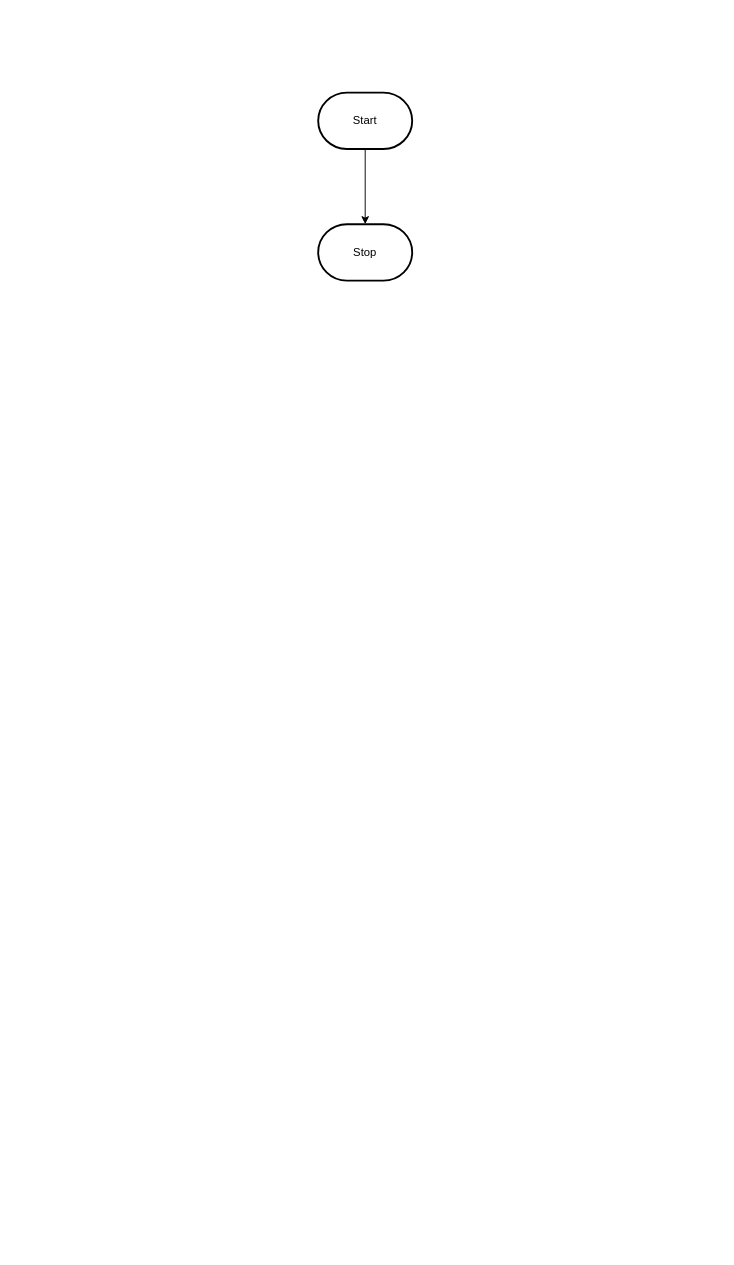
Before: design/flowchart.drawio in MTHS-ICD2O-1-2024/ICD2O-Final-Project-kyle.matthew.magnaye, a draw.io diagram. Source tidied: cells renumbered, new cells numbered last; positions are measured from the earlier drawing's top-left corner, leaving out a move shared by most shapes. Both pictures are drawn from the tidied source at 94%, with x=0, y=0 at pixel (318, 92).
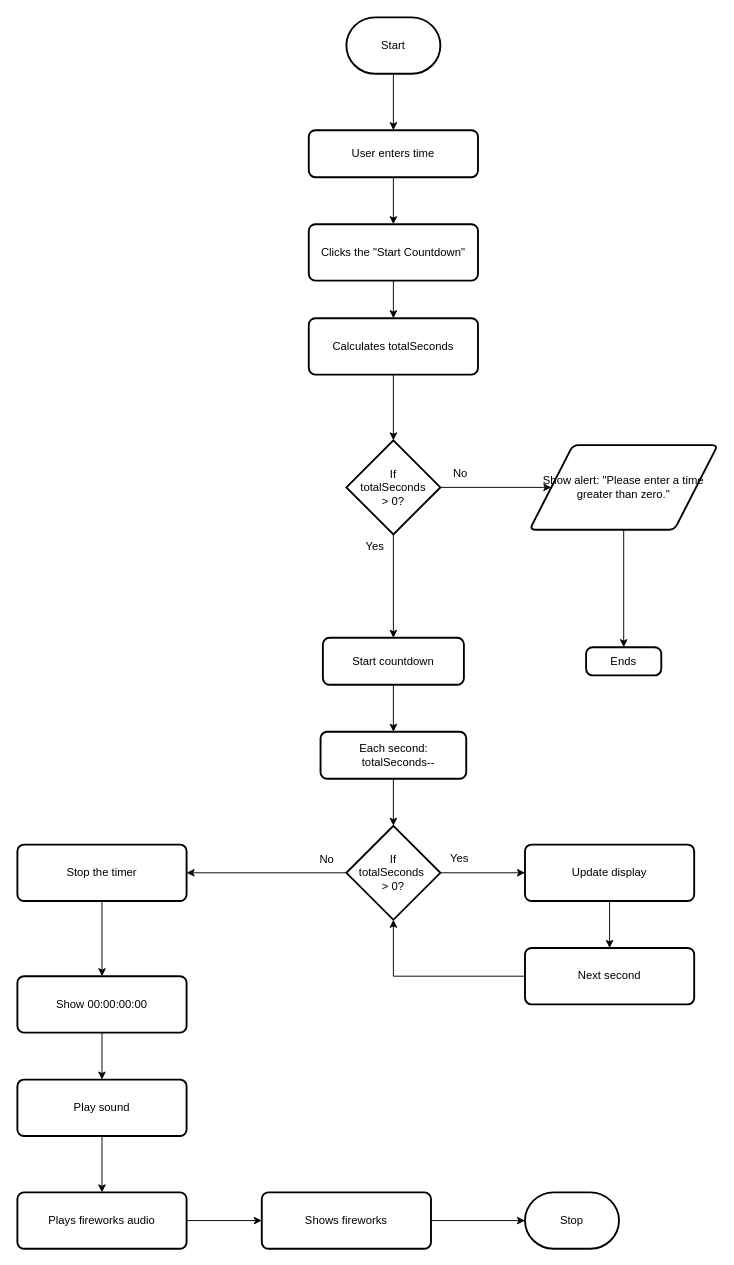
Above is the later version.

Diff of the diagram source:
```diff
@@
-    <mxCell id="2" style="edgeStyle=orthogonalEdgeStyle;html=1;rounded=0;" parent="1" edge="1" source="3" target="4">
-      <mxGeometry relative="1" as="geometry" />
-    </mxCell>
+    <mxCell id="5" style="edgeStyle=none;html=1;entryX=0.5;entryY=0;entryDx=0;entryDy=0;" parent="1" edge="1" source="3" target="19">
+      <mxGeometry relative="1" as="geometry" />
+    </mxCell>
     <mxCell id="3" value="Start" style="strokeWidth=2;html=1;shape=mxgraph.flowchart.terminator;whiteSpace=wrap;" parent="1" vertex="1">
-      <mxGeometry width="100" height="60" as="geometry" />
+      <mxGeometry x="30" y="-80" width="100" height="60" as="geometry" />
     </mxCell>
     <mxCell id="4" value="Stop" style="strokeWidth=2;html=1;shape=mxgraph.flowchart.terminator;whiteSpace=wrap;" parent="1" vertex="1">
-      <mxGeometry y="140" width="100" height="60" as="geometry" />
+      <mxGeometry x="220" y="1170" width="100" height="60" as="geometry" />
     </mxCell>
+    <mxCell id="6" style="edgeStyle=none;html=1;entryX=0.5;entryY=0;entryDx=0;entryDy=0;" parent="1" edge="1" source="2" target="34">
+      <mxGeometry relative="1" as="geometry" />
+    </mxCell>
+    <mxCell id="2" value="Stop the timer" style="rounded=1;whiteSpace=wrap;html=1;absoluteArcSize=1;arcSize=14;strokeWidth=2;" parent="1" vertex="1">
+      <mxGeometry x="-320" y="800" width="180" height="60" as="geometry" />
+    </mxCell>
+    <mxCell id="7" style="edgeStyle=orthogonalEdgeStyle;html=1;rounded=0;curved=0;entryX=0.5;entryY=1;entryDx=0;entryDy=0;entryPerimeter=0;" parent="1" edge="1" source="8" target="22">
+      <mxGeometry relative="1" as="geometry" />
+    </mxCell>
+    <mxCell id="8" value="Next second" style="rounded=1;whiteSpace=wrap;html=1;absoluteArcSize=1;arcSize=14;strokeWidth=2;" parent="1" vertex="1">
+      <mxGeometry x="220" y="910" width="180" height="60" as="geometry" />
+    </mxCell>
+    <mxCell id="9" style="edgeStyle=none;html=1;entryX=0.5;entryY=0;entryDx=0;entryDy=0;" parent="1" edge="1" source="10" target="8">
+      <mxGeometry relative="1" as="geometry" />
+    </mxCell>
+    <mxCell id="10" value="Update display" style="rounded=1;whiteSpace=wrap;html=1;absoluteArcSize=1;arcSize=14;strokeWidth=2;" parent="1" vertex="1">
+      <mxGeometry x="220" y="800" width="180" height="60" as="geometry" />
+    </mxCell>
+    <mxCell id="11" value="&lt;div&gt;&lt;font style=&quot;color: rgb(0, 0, 0);&quot;&gt;Each second:&lt;/font&gt;&lt;/div&gt;&lt;div&gt;&lt;font style=&quot;color: rgb(0, 0, 0);&quot;&gt;&amp;nbsp; &amp;nbsp;totalSeconds--&lt;/font&gt;&lt;/div&gt;" style="rounded=1;whiteSpace=wrap;html=1;absoluteArcSize=1;arcSize=14;strokeWidth=2;" parent="1" vertex="1">
+      <mxGeometry x="2.5" y="680" width="155" height="50" as="geometry" />
+    </mxCell>
+    <mxCell id="12" style="edgeStyle=none;html=1;entryX=0.5;entryY=0;entryDx=0;entryDy=0;" parent="1" edge="1">
+      <mxGeometry relative="1" as="geometry">
+        <mxPoint x="80" y="630" as="sourcePoint" />
+        <mxPoint x="80" y="680" as="targetPoint" />
+      </mxGeometry>
+    </mxCell>
+    <mxCell id="13" value="Start countdown" style="rounded=1;whiteSpace=wrap;html=1;absoluteArcSize=1;arcSize=14;strokeWidth=2;" parent="1" vertex="1">
+      <mxGeometry x="5" y="580" width="150" height="50" as="geometry" />
+    </mxCell>
+    <mxCell id="14" value="Ends" style="rounded=1;whiteSpace=wrap;html=1;absoluteArcSize=1;arcSize=14;strokeWidth=2;" parent="1" vertex="1">
+      <mxGeometry x="285" y="590" width="80" height="30" as="geometry" />
+    </mxCell>
+    <mxCell id="15" value="Calculates totalSeconds" style="rounded=1;whiteSpace=wrap;html=1;absoluteArcSize=1;arcSize=14;strokeWidth=2;" parent="1" vertex="1">
+      <mxGeometry x="-10" y="240" width="180" height="60" as="geometry" />
+    </mxCell>
+    <mxCell id="16" style="edgeStyle=none;html=1;entryX=0.5;entryY=0;entryDx=0;entryDy=0;" parent="1" edge="1" source="17" target="15">
+      <mxGeometry relative="1" as="geometry" />
+    </mxCell>
+    <mxCell id="17" value="Clicks the &quot;Start Countdown&quot;" style="rounded=1;whiteSpace=wrap;html=1;absoluteArcSize=1;arcSize=14;strokeWidth=2;" parent="1" vertex="1">
+      <mxGeometry x="-10" y="140" width="180" height="60" as="geometry" />
+    </mxCell>
+    <mxCell id="18" style="edgeStyle=none;html=1;entryX=0.5;entryY=0;entryDx=0;entryDy=0;" parent="1" edge="1" source="19" target="17">
+      <mxGeometry relative="1" as="geometry" />
+    </mxCell>
+    <mxCell id="19" value="User enters time" style="rounded=1;whiteSpace=wrap;html=1;absoluteArcSize=1;arcSize=14;strokeWidth=2;" parent="1" vertex="1">
+      <mxGeometry x="-10" y="40" width="180" height="50" as="geometry" />
+    </mxCell>
+    <mxCell id="20" style="edgeStyle=none;html=1;" parent="1" edge="1" source="22">
+      <mxGeometry relative="1" as="geometry">
+        <mxPoint x="220" y="830" as="targetPoint" />
+      </mxGeometry>
+    </mxCell>
+    <mxCell id="21" style="edgeStyle=none;html=1;" parent="1" edge="1" source="22">
+      <mxGeometry relative="1" as="geometry">
+        <mxPoint x="-140" y="830" as="targetPoint" />
+      </mxGeometry>
+    </mxCell>
+    <mxCell id="22" value="If&lt;div&gt;totalSeconds&amp;nbsp;&lt;/div&gt;&lt;div&gt;&amp;gt; 0?&lt;/div&gt;" style="strokeWidth=2;html=1;shape=mxgraph.flowchart.decision;whiteSpace=wrap;" parent="1" vertex="1">
+      <mxGeometry x="30" y="780" width="100" height="100" as="geometry" />
+    </mxCell>
+    <mxCell id="23" style="edgeStyle=none;html=1;entryX=0;entryY=0.5;entryDx=0;entryDy=0;" parent="1" edge="1" source="25">
+      <mxGeometry relative="1" as="geometry">
+        <mxPoint x="248" y="420" as="targetPoint" />
+      </mxGeometry>
+    </mxCell>
+    <mxCell id="24" style="edgeStyle=none;html=1;entryX=0.5;entryY=0;entryDx=0;entryDy=0;" parent="1" edge="1" source="25" target="13">
+      <mxGeometry relative="1" as="geometry" />
+    </mxCell>
+    <mxCell id="25" value="If&lt;div&gt;totalSeconds&lt;/div&gt;&lt;div&gt;&amp;gt; 0?&lt;/div&gt;" style="strokeWidth=2;html=1;shape=mxgraph.flowchart.decision;whiteSpace=wrap;" parent="1" vertex="1">
+      <mxGeometry x="30" y="370" width="100" height="100" as="geometry" />
+    </mxCell>
+    <mxCell id="26" style="edgeStyle=none;html=1;entryX=0.5;entryY=0;entryDx=0;entryDy=0;" parent="1" edge="1" target="14">
+      <mxGeometry relative="1" as="geometry">
+        <mxPoint x="325" y="465" as="sourcePoint" />
+      </mxGeometry>
+    </mxCell>
+    <mxCell id="27" value="Show alert: &quot;Please enter a time greater than zero.&quot;" style="shape=parallelogram;html=1;strokeWidth=2;perimeter=parallelogramPerimeter;whiteSpace=wrap;rounded=1;arcSize=12;size=0.23;" parent="1" vertex="1">
+      <mxGeometry x="225" y="375" width="200" height="90" as="geometry" />
+    </mxCell>
+    <mxCell id="28" value="No" style="text;html=1;align=center;verticalAlign=middle;strokeColor=none;fillColor=none;" parent="1" vertex="1">
+      <mxGeometry x="131" y="390" width="40" height="30" as="geometry" />
+    </mxCell>
+    <mxCell id="29" style="edgeStyle=none;html=1;entryX=0.5;entryY=0;entryDx=0;entryDy=0;entryPerimeter=0;" parent="1" edge="1" source="15" target="25">
+      <mxGeometry relative="1" as="geometry" />
+    </mxCell>
+    <mxCell id="30" style="edgeStyle=none;html=1;entryX=0.5;entryY=0;entryDx=0;entryDy=0;entryPerimeter=0;" parent="1" edge="1" source="11" target="22">
+      <mxGeometry relative="1" as="geometry" />
+    </mxCell>
+    <mxCell id="31" value="Yes" style="text;html=1;align=center;verticalAlign=middle;strokeColor=none;fillColor=none;" parent="1" vertex="1">
+      <mxGeometry x="130" y="800" width="40" height="30" as="geometry" />
+    </mxCell>
+    <mxCell id="32" value="No" style="text;html=1;align=center;verticalAlign=middle;strokeColor=none;fillColor=none;" parent="1" vertex="1">
+      <mxGeometry x="-11" y="801" width="40" height="30" as="geometry" />
+    </mxCell>
+    <mxCell id="33" style="edgeStyle=none;html=1;entryX=0.5;entryY=0;entryDx=0;entryDy=0;" parent="1" edge="1" source="34" target="36">
+      <mxGeometry relative="1" as="geometry" />
+    </mxCell>
+    <mxCell id="34" value="Show 00:00:00:00" style="rounded=1;whiteSpace=wrap;html=1;absoluteArcSize=1;arcSize=14;strokeWidth=2;" parent="1" vertex="1">
+      <mxGeometry x="-320" y="940" width="180" height="60" as="geometry" />
+    </mxCell>
+    <mxCell id="35" style="edgeStyle=none;html=1;entryX=0.5;entryY=0;entryDx=0;entryDy=0;" parent="1" edge="1" source="36" target="39">
+      <mxGeometry relative="1" as="geometry" />
+    </mxCell>
+    <mxCell id="36" value="Play sound" style="rounded=1;whiteSpace=wrap;html=1;absoluteArcSize=1;arcSize=14;strokeWidth=2;" parent="1" vertex="1">
+      <mxGeometry x="-320" y="1050" width="180" height="60" as="geometry" />
+    </mxCell>
+    <mxCell id="37" value="Shows fireworks" style="rounded=1;whiteSpace=wrap;html=1;absoluteArcSize=1;arcSize=14;strokeWidth=2;" parent="1" vertex="1">
+      <mxGeometry x="-60" y="1170" width="180" height="60" as="geometry" />
+    </mxCell>
+    <mxCell id="38" style="edgeStyle=none;html=1;entryX=0;entryY=0.5;entryDx=0;entryDy=0;" parent="1" edge="1" source="39" target="37">
+      <mxGeometry relative="1" as="geometry" />
+    </mxCell>
+    <mxCell id="39" value="Plays fireworks audio" style="rounded=1;whiteSpace=wrap;html=1;absoluteArcSize=1;arcSize=14;strokeWidth=2;" parent="1" vertex="1">
+      <mxGeometry x="-320" y="1170" width="180" height="60" as="geometry" />
+    </mxCell>
+    <mxCell id="40" style="edgeStyle=none;html=1;entryX=0;entryY=0.5;entryDx=0;entryDy=0;entryPerimeter=0;" parent="1" edge="1" source="37" target="4">
+      <mxGeometry relative="1" as="geometry" />
+    </mxCell>
+    <mxCell id="41" value="Yes" style="text;html=1;align=center;verticalAlign=middle;strokeColor=none;fillColor=none;" parent="1" vertex="1">
+      <mxGeometry x="40" y="468" width="40" height="30" as="geometry" />
+    </mxCell>
```
